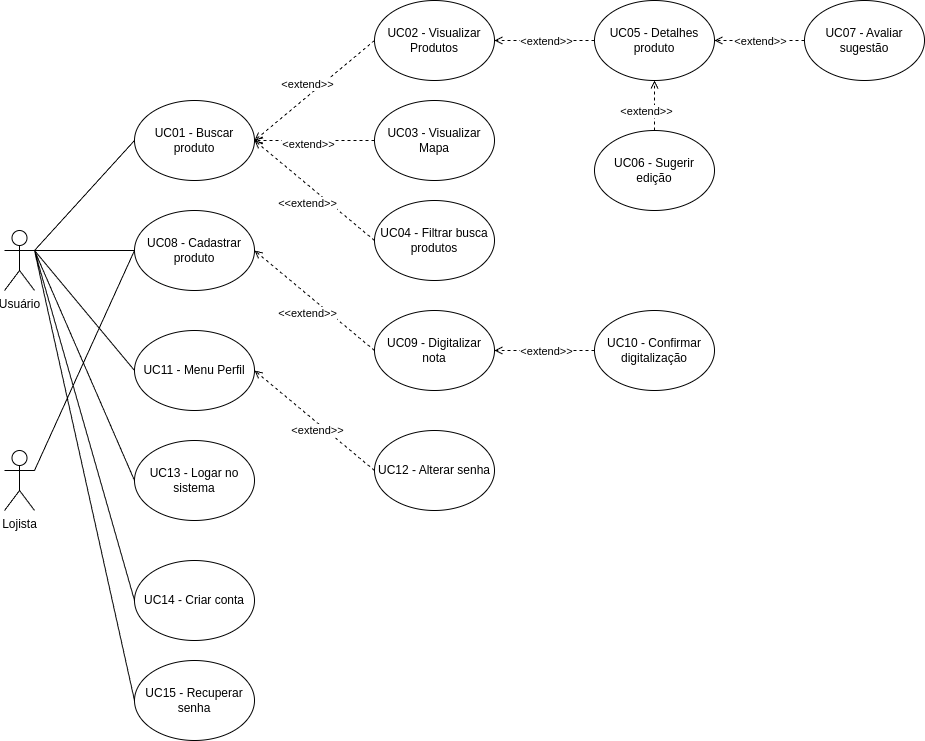
The draw.io diagram fig/usecase.drawio.png in Juniorrek/TCC-IAA, before a commit. Source tidied: cells renumbered, new cells last; positions are measured from the earlier drawing's top-left corner, leaving out a move shared by most shapes.
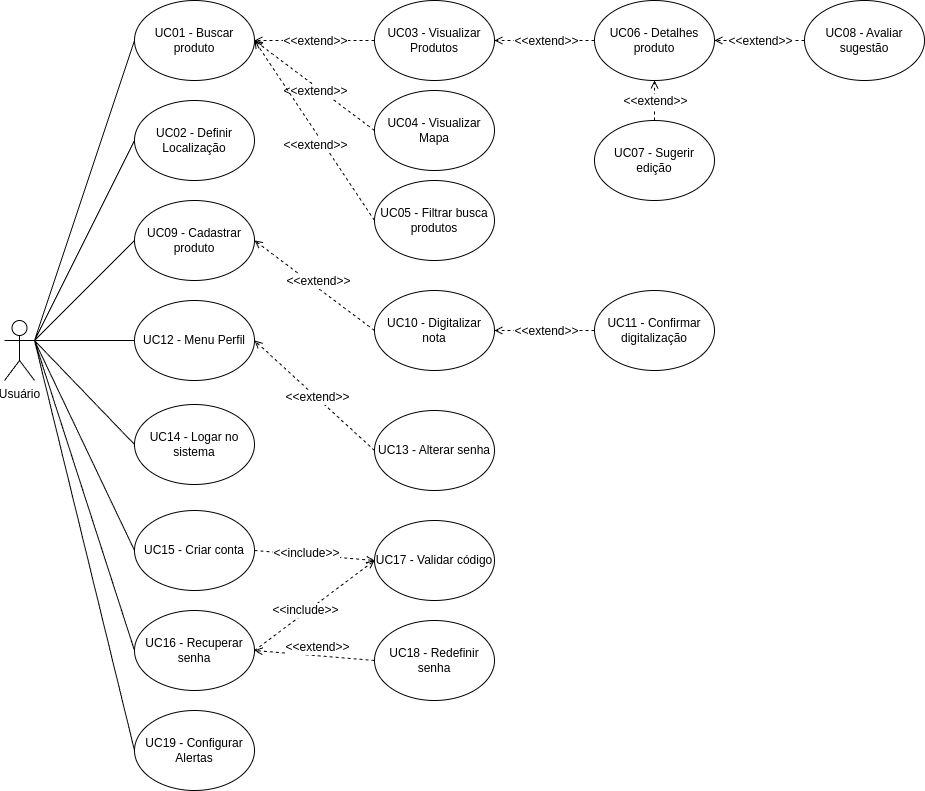
After the commit.

Change to the diagram source:
```diff
@@ -6,93 +6,88 @@
       <mxGeometry relative="1" as="geometry" />
     </mxCell>
     <mxCell id="3" value="Usuário" style="shape=umlActor;verticalLabelPosition=bottom;verticalAlign=top;html=1;outlineConnect=0;" parent="1" vertex="1">
-      <mxGeometry y="230" width="30" height="60" as="geometry" />
+      <mxGeometry y="330" width="30" height="60" as="geometry" />
     </mxCell>
-    <mxCell id="4" value="UC08 - Cadastrar produto" style="ellipse;whiteSpace=wrap;html=1;" parent="1" vertex="1">
+    <mxCell id="4" value="UC09 - Cadastrar produto" style="ellipse;whiteSpace=wrap;html=1;" parent="1" vertex="1">
       <mxGeometry x="130" y="210" width="120" height="80" as="geometry" />
     </mxCell>
     <mxCell id="5" value="UC01 - Buscar produto" style="ellipse;whiteSpace=wrap;html=1;" parent="1" vertex="1">
-      <mxGeometry x="130" y="100" width="120" height="80" as="geometry" />
+      <mxGeometry x="130" y="10" width="120" height="80" as="geometry" />
     </mxCell>
     <mxCell id="6" style="rounded=0;jettySize=auto;html=1;exitX=0;exitY=0.5;exitDx=0;exitDy=0;entryX=1;entryY=0.5;entryDx=0;entryDy=0;dashed=1;endArrow=open;endFill=0;startArrow=none;startFill=0;" parent="1" edge="1" source="8" target="5">
       <mxGeometry relative="1" as="geometry" />
     </mxCell>
-    <mxCell id="7" value="&amp;lt;extend&amp;gt;&amp;gt;" style="edgeLabel;html=1;align=center;verticalAlign=middle;" parent="6" vertex="1">
+    <mxCell id="7" value="&amp;lt;&amp;lt;extend&amp;gt;&amp;gt;" style="edgeLabel;html=1;align=center;verticalAlign=middle;fontSize=12;" parent="6" vertex="1">
       <mxGeometry x="-0.19" relative="1" as="geometry">
-        <mxPoint x="-19" y="3" as="offset" />
+        <mxPoint x="-12" as="offset" />
       </mxGeometry>
     </mxCell>
-    <mxCell id="8" value="UC02 - Visualizar Produtos" style="ellipse;whiteSpace=wrap;html=1;" parent="1" vertex="1">
-      <mxGeometry x="370" width="120" height="80" as="geometry" />
+    <mxCell id="8" value="UC03 - Visualizar Produtos" style="ellipse;whiteSpace=wrap;html=1;" parent="1" vertex="1">
+      <mxGeometry x="370" y="10" width="120" height="80" as="geometry" />
     </mxCell>
-    <mxCell id="9" value="UC03 - Visualizar Mapa" style="ellipse;whiteSpace=wrap;html=1;" parent="1" vertex="1">
+    <mxCell id="9" value="UC04 - Visualizar Mapa" style="ellipse;whiteSpace=wrap;html=1;" parent="1" vertex="1">
       <mxGeometry x="370" y="100" width="120" height="80" as="geometry" />
     </mxCell>
-    <mxCell id="10" value="UC04 - Filtrar busca produtos" style="ellipse;whiteSpace=wrap;html=1;" parent="1" vertex="1">
-      <mxGeometry x="370" y="200" width="120" height="80" as="geometry" />
+    <mxCell id="10" value="UC05 - Filtrar busca produtos" style="ellipse;whiteSpace=wrap;html=1;" parent="1" vertex="1">
+      <mxGeometry x="370" y="190" width="120" height="80" as="geometry" />
     </mxCell>
-    <mxCell id="11" value="UC09 - Digitalizar nota" style="ellipse;whiteSpace=wrap;html=1;" parent="1" vertex="1">
-      <mxGeometry x="370" y="310" width="120" height="80" as="geometry" />
+    <mxCell id="11" value="UC10 - Digitalizar nota" style="ellipse;whiteSpace=wrap;html=1;" parent="1" vertex="1">
+      <mxGeometry x="370" y="300" width="120" height="80" as="geometry" />
     </mxCell>
-    <mxCell id="12" value="UC11 - Menu Perfil" style="ellipse;whiteSpace=wrap;html=1;" parent="1" vertex="1">
-      <mxGeometry x="130" y="330" width="120" height="80" as="geometry" />
+    <mxCell id="12" value="UC12 - Menu Perfil" style="ellipse;whiteSpace=wrap;html=1;" parent="1" vertex="1">
+      <mxGeometry x="130" y="310" width="120" height="80" as="geometry" />
     </mxCell>
     <mxCell id="13" style="rounded=0;jettySize=auto;html=1;entryX=0;entryY=0.5;entryDx=0;entryDy=0;endArrow=none;endFill=0;exitX=1;exitY=0.3333333333333333;exitDx=0;exitDy=0;exitPerimeter=0;" parent="1" edge="1" source="3" target="5">
       <mxGeometry relative="1" as="geometry" />
     </mxCell>
-    <mxCell id="14" style="rounded=0;jettySize=auto;html=1;entryX=0;entryY=0.5;entryDx=0;entryDy=0;endArrow=none;endFill=0;" parent="1" edge="1" target="12">
-      <mxGeometry relative="1" as="geometry">
-        <mxPoint x="30" y="250" as="sourcePoint" />
-      </mxGeometry>
+    <mxCell id="14" style="rounded=0;jettySize=auto;html=1;entryX=0;entryY=0.5;entryDx=0;entryDy=0;endArrow=none;endFill=0;exitX=1;exitY=0.3333333333333333;exitDx=0;exitDy=0;exitPerimeter=0;" parent="1" edge="1" source="3" target="12">
+      <mxGeometry relative="1" as="geometry" />
     </mxCell>
     <mxCell id="15" style="rounded=0;jettySize=auto;html=1;exitX=0;exitY=0.5;exitDx=0;exitDy=0;dashed=1;entryX=1;entryY=0.5;entryDx=0;entryDy=0;endArrow=open;endFill=0;" parent="1" edge="1" source="9" target="5">
       <mxGeometry relative="1" as="geometry" />
     </mxCell>
-    <mxCell id="16" value="&amp;lt;extend&amp;gt;&amp;gt;" style="edgeLabel;html=1;align=center;verticalAlign=middle;" parent="15" vertex="1">
+    <mxCell id="16" value="&amp;lt;&amp;lt;extend&amp;gt;&amp;gt;" style="edgeLabel;html=1;align=center;verticalAlign=middle;fontSize=12;" parent="15" vertex="1">
       <mxGeometry x="-0.19" relative="1" as="geometry">
-        <mxPoint x="-19" y="3" as="offset" />
+        <mxPoint x="-11" y="-3" as="offset" />
       </mxGeometry>
     </mxCell>
     <mxCell id="17" style="rounded=0;jettySize=auto;html=1;exitX=0;exitY=0.5;exitDx=0;exitDy=0;entryX=1;entryY=0.5;entryDx=0;entryDy=0;dashed=1;endArrow=open;endFill=0;startArrow=none;startFill=0;" parent="1" edge="1" source="10" target="5">
       <mxGeometry relative="1" as="geometry" />
     </mxCell>
-    <mxCell id="18" value="&amp;lt;&amp;lt;extend&amp;gt;&amp;gt;" style="edgeLabel;html=1;align=center;verticalAlign=middle;" parent="17" vertex="1">
+    <mxCell id="18" value="&amp;lt;&amp;lt;extend&amp;gt;&amp;gt;" style="edgeLabel;html=1;align=center;verticalAlign=middle;fontSize=12;" parent="17" vertex="1">
       <mxGeometry x="-0.19" relative="1" as="geometry">
-        <mxPoint x="-19" y="3" as="offset" />
+        <mxPoint x="-11" y="-3" as="offset" />
       </mxGeometry>
     </mxCell>
-    <mxCell id="19" value="Lojista" style="shape=umlActor;verticalLabelPosition=bottom;verticalAlign=top;html=1;outlineConnect=0;" parent="1" vertex="1">
-      <mxGeometry y="450" width="30" height="60" as="geometry" />
-    </mxCell>
-    <mxCell id="20" value="UC05 - Detalhes produto" style="ellipse;whiteSpace=wrap;html=1;" parent="1" vertex="1">
-      <mxGeometry x="590" width="120" height="80" as="geometry" />
+    <mxCell id="20" value="UC06 - Detalhes produto" style="ellipse;whiteSpace=wrap;html=1;" parent="1" vertex="1">
+      <mxGeometry x="590" y="10" width="120" height="80" as="geometry" />
     </mxCell>
     <mxCell id="21" style="rounded=0;jettySize=auto;html=1;exitX=0;exitY=0.5;exitDx=0;exitDy=0;entryX=1;entryY=0.5;entryDx=0;entryDy=0;dashed=1;endArrow=open;endFill=0;" parent="1" edge="1" source="20" target="8">
       <mxGeometry relative="1" as="geometry" />
     </mxCell>
-    <mxCell id="22" value="&amp;lt;extend&amp;gt;&amp;gt;" style="edgeLabel;html=1;align=center;verticalAlign=middle;" parent="21" vertex="1">
+    <mxCell id="22" value="&amp;lt;&amp;lt;extend&amp;gt;&amp;gt;" style="edgeLabel;html=1;align=center;verticalAlign=middle;fontSize=12;" parent="21" vertex="1">
       <mxGeometry x="-0.19" relative="1" as="geometry">
         <mxPoint x="-9" as="offset" />
       </mxGeometry>
     </mxCell>
-    <mxCell id="23" value="UC06 - Sugerir edição" style="ellipse;whiteSpace=wrap;html=1;" parent="1" vertex="1">
+    <mxCell id="23" value="UC07 - Sugerir edição" style="ellipse;whiteSpace=wrap;html=1;" parent="1" vertex="1">
       <mxGeometry x="590" y="130" width="120" height="80" as="geometry" />
     </mxCell>
     <mxCell id="24" style="rounded=0;jettySize=auto;html=1;exitX=0.5;exitY=0;exitDx=0;exitDy=0;entryX=0.5;entryY=1;entryDx=0;entryDy=0;dashed=1;endArrow=open;endFill=0;" parent="1" edge="1" source="23" target="20">
       <mxGeometry relative="1" as="geometry" />
     </mxCell>
-    <mxCell id="25" value="&amp;lt;extend&amp;gt;&amp;gt;" style="edgeLabel;html=1;align=center;verticalAlign=middle;" parent="24" vertex="1">
+    <mxCell id="25" value="&amp;lt;&amp;lt;extend&amp;gt;&amp;gt;" style="edgeLabel;html=1;align=center;verticalAlign=middle;fontSize=12;" parent="24" vertex="1">
       <mxGeometry x="-0.19" relative="1" as="geometry">
-        <mxPoint x="-9" as="offset" />
+        <mxPoint y="-4" as="offset" />
       </mxGeometry>
     </mxCell>
-    <mxCell id="26" value="UC07 - Avaliar sugestão" style="ellipse;whiteSpace=wrap;html=1;" parent="1" vertex="1">
-      <mxGeometry x="800" width="120" height="80" as="geometry" />
+    <mxCell id="26" value="UC08 - Avaliar sugestão" style="ellipse;whiteSpace=wrap;html=1;" parent="1" vertex="1">
+      <mxGeometry x="800" y="10" width="120" height="80" as="geometry" />
     </mxCell>
     <mxCell id="27" style="rounded=0;jettySize=auto;html=1;exitX=0;exitY=0.5;exitDx=0;exitDy=0;entryX=1;entryY=0.5;entryDx=0;entryDy=0;dashed=1;endArrow=open;endFill=0;" parent="1" edge="1" source="26" target="20">
       <mxGeometry relative="1" as="geometry" />
     </mxCell>
-    <mxCell id="28" value="&amp;lt;extend&amp;gt;&amp;gt;" style="edgeLabel;html=1;align=center;verticalAlign=middle;" parent="27" vertex="1">
+    <mxCell id="28" value="&amp;lt;&amp;lt;extend&amp;gt;&amp;gt;" style="edgeLabel;html=1;align=center;verticalAlign=middle;fontSize=12;" parent="27" vertex="1">
       <mxGeometry x="-0.19" relative="1" as="geometry">
         <mxPoint x="-9" as="offset" />
       </mxGeometry>
@@ -100,41 +95,47 @@
     <mxCell id="29" style="rounded=0;jettySize=auto;html=1;exitX=0;exitY=0.5;exitDx=0;exitDy=0;entryX=1;entryY=0.5;entryDx=0;entryDy=0;dashed=1;endArrow=open;endFill=0;startArrow=none;startFill=0;" parent="1" edge="1" source="11" target="4">
       <mxGeometry relative="1" as="geometry" />
     </mxCell>
-    <mxCell id="30" value="&amp;lt;&amp;lt;extend&amp;gt;&amp;gt;" style="edgeLabel;html=1;align=center;verticalAlign=middle;" parent="29" vertex="1">
+    <mxCell id="30" value="&amp;lt;&amp;lt;extend&amp;gt;&amp;gt;" style="edgeLabel;html=1;align=center;verticalAlign=middle;fontSize=12;" parent="29" vertex="1">
       <mxGeometry x="-0.19" relative="1" as="geometry">
-        <mxPoint x="-19" y="3" as="offset" />
+        <mxPoint x="-8" y="-13" as="offset" />
       </mxGeometry>
     </mxCell>
-    <mxCell id="31" value="UC10 - Confirmar digitalização" style="ellipse;whiteSpace=wrap;html=1;" parent="1" vertex="1">
-      <mxGeometry x="590" y="310" width="120" height="80" as="geometry" />
+    <mxCell id="31" value="UC11 - Confirmar digitalização" style="ellipse;whiteSpace=wrap;html=1;" parent="1" vertex="1">
+      <mxGeometry x="590" y="300" width="120" height="80" as="geometry" />
     </mxCell>
     <mxCell id="32" style="rounded=0;jettySize=auto;html=1;exitX=0;exitY=0.5;exitDx=0;exitDy=0;entryX=1;entryY=0.5;entryDx=0;entryDy=0;dashed=1;endArrow=open;endFill=0;" parent="1" edge="1" source="31" target="11">
       <mxGeometry relative="1" as="geometry" />
     </mxCell>
-    <mxCell id="33" value="&amp;lt;extend&amp;gt;&amp;gt;" style="edgeLabel;html=1;align=center;verticalAlign=middle;" parent="32" vertex="1">
+    <mxCell id="33" value="&amp;lt;&amp;lt;extend&amp;gt;&amp;gt;" style="edgeLabel;html=1;align=center;verticalAlign=middle;fontSize=12;" parent="32" vertex="1">
       <mxGeometry x="-0.19" relative="1" as="geometry">
         <mxPoint x="-9" as="offset" />
       </mxGeometry>
     </mxCell>
-    <mxCell id="34" value="UC12 - Alterar senha" style="ellipse;whiteSpace=wrap;html=1;" parent="1" vertex="1">
-      <mxGeometry x="370" y="430" width="120" height="80" as="geometry" />
+    <mxCell id="34" value="UC13 - Alterar senha" style="ellipse;whiteSpace=wrap;html=1;" parent="1" vertex="1">
+      <mxGeometry x="370" y="420" width="120" height="80" as="geometry" />
     </mxCell>
     <mxCell id="35" style="rounded=0;jettySize=auto;html=1;exitX=0;exitY=0.5;exitDx=0;exitDy=0;entryX=1;entryY=0.5;entryDx=0;entryDy=0;dashed=1;endArrow=open;endFill=0;" parent="1" edge="1" source="34" target="12">
       <mxGeometry relative="1" as="geometry" />
     </mxCell>
-    <mxCell id="36" value="&amp;lt;extend&amp;gt;&amp;gt;" style="edgeLabel;html=1;align=center;verticalAlign=middle;" parent="35" vertex="1">
+    <mxCell id="36" value="&amp;lt;&amp;lt;extend&amp;gt;&amp;gt;" style="edgeLabel;html=1;align=center;verticalAlign=middle;fontSize=12;" parent="35" vertex="1">
       <mxGeometry x="-0.19" relative="1" as="geometry">
-        <mxPoint x="-9" as="offset" />
+        <mxPoint x="-9" y="-9" as="offset" />
       </mxGeometry>
     </mxCell>
-    <mxCell id="37" value="UC13 - Logar no sistema" style="ellipse;whiteSpace=wrap;html=1;" parent="1" vertex="1">
-      <mxGeometry x="130" y="440" width="120" height="80" as="geometry" />
+    <mxCell id="37" value="UC14 - Logar no sistema" style="ellipse;whiteSpace=wrap;html=1;" parent="1" vertex="1">
+      <mxGeometry x="130" y="414" width="120" height="80" as="geometry" />
     </mxCell>
+    <mxCell id="44" style="rounded=0;jettySize=auto;html=1;exitX=1;exitY=0.5;exitDx=0;exitDy=0;entryX=0;entryY=0.5;entryDx=0;entryDy=0;dashed=1;endArrow=open;endFill=0;" parent="1" edge="1" source="38" target="48">
+      <mxGeometry relative="1" as="geometry" />
+    </mxCell>
+    <mxCell id="45" value="&lt;font style=&quot;font-size: 12px;&quot;&gt;&amp;lt;&amp;lt;include&amp;gt;&amp;gt;&lt;/font&gt;" style="edgeLabel;html=1;align=center;verticalAlign=middle;" parent="44" vertex="1">
+      <mxGeometry x="-0.13" y="2" relative="1" as="geometry" />
+    </mxCell>
-    <mxCell id="38" value="UC14 - Criar conta" style="ellipse;whiteSpace=wrap;html=1;" parent="1" vertex="1">
-      <mxGeometry x="130" y="560" width="120" height="80" as="geometry" />
+    <mxCell id="38" value="UC15 - Criar conta" style="ellipse;whiteSpace=wrap;html=1;" parent="1" vertex="1">
+      <mxGeometry x="130" y="520" width="120" height="80" as="geometry" />
     </mxCell>
-    <mxCell id="39" value="UC15 - Recuperar senha" style="ellipse;whiteSpace=wrap;html=1;" parent="1" vertex="1">
-      <mxGeometry x="130" y="660" width="120" height="80" as="geometry" />
+    <mxCell id="39" value="UC16 - Recuperar senha" style="ellipse;whiteSpace=wrap;html=1;" parent="1" vertex="1">
+      <mxGeometry x="130" y="620" width="120" height="80" as="geometry" />
     </mxCell>
     <mxCell id="40" style="rounded=0;jettySize=auto;html=1;entryX=0;entryY=0.5;entryDx=0;entryDy=0;endArrow=none;endFill=0;exitX=1;exitY=0.3333333333333333;exitDx=0;exitDy=0;exitPerimeter=0;" parent="1" edge="1" source="3" target="37">
       <mxGeometry relative="1" as="geometry" />
@@ -145,10 +146,37 @@
     <mxCell id="42" style="rounded=0;jettySize=auto;html=1;entryX=0;entryY=0.5;entryDx=0;entryDy=0;endArrow=none;endFill=0;exitX=1;exitY=0.3333333333333333;exitDx=0;exitDy=0;exitPerimeter=0;" parent="1" edge="1" source="3" target="39">
       <mxGeometry relative="1" as="geometry" />
     </mxCell>
-    <mxCell id="43" style="rounded=0;jettySize=auto;html=1;endArrow=none;endFill=0;exitX=1;exitY=0.3333333333333333;exitDx=0;exitDy=0;exitPerimeter=0;" parent="1" edge="1" source="19">
-      <mxGeometry relative="1" as="geometry">
-        <mxPoint x="130" y="250" as="targetPoint" />
-      </mxGeometry>
-    </mxCell>
+    <mxCell id="46" value="UC02 - Definir Localização" style="ellipse;whiteSpace=wrap;html=1;" parent="1" vertex="1">
+      <mxGeometry x="130" y="110" width="120" height="80" as="geometry" />
+    </mxCell>
+    <mxCell id="47" style="rounded=0;jettySize=auto;html=1;entryX=0;entryY=0.5;entryDx=0;entryDy=0;endArrow=none;endFill=0;exitX=1;exitY=0.3333333333333333;exitDx=0;exitDy=0;exitPerimeter=0;" parent="1" edge="1" source="3" target="46">
+      <mxGeometry relative="1" as="geometry" />
+    </mxCell>
+    <mxCell id="48" value="UC17 - Validar código" style="ellipse;whiteSpace=wrap;html=1;" parent="1" vertex="1">
+      <mxGeometry x="370" y="530" width="120" height="80" as="geometry" />
+    </mxCell>
+    <mxCell id="49" style="rounded=0;jettySize=auto;html=1;exitX=1;exitY=0.5;exitDx=0;exitDy=0;entryX=0;entryY=0.5;entryDx=0;entryDy=0;dashed=1;endArrow=open;endFill=0;" parent="1" edge="1" source="39" target="48">
+      <mxGeometry relative="1" as="geometry" />
+    </mxCell>
+    <mxCell id="50" value="&lt;font style=&quot;font-size: 12px;&quot;&gt;&amp;lt;&amp;lt;include&amp;gt;&amp;gt;&lt;/font&gt;" style="edgeLabel;html=1;align=center;verticalAlign=middle;" parent="49" vertex="1">
+      <mxGeometry x="-0.13" y="2" relative="1" as="geometry" />
+    </mxCell>
+    <mxCell id="51" value="UC18 - Redefinir senha" style="ellipse;whiteSpace=wrap;html=1;" parent="1" vertex="1">
+      <mxGeometry x="370" y="630" width="120" height="80" as="geometry" />
+    </mxCell>
+    <mxCell id="52" style="rounded=0;jettySize=auto;html=1;exitX=0;exitY=0.5;exitDx=0;exitDy=0;entryX=1;entryY=0.5;entryDx=0;entryDy=0;dashed=1;endArrow=open;endFill=0;" parent="1" edge="1" source="51" target="39">
+      <mxGeometry relative="1" as="geometry" />
+    </mxCell>
+    <mxCell id="53" value="&amp;lt;&amp;lt;extend&amp;gt;&amp;gt;" style="edgeLabel;html=1;align=center;verticalAlign=middle;fontSize=12;" parent="52" vertex="1">
+      <mxGeometry x="-0.19" relative="1" as="geometry">
+        <mxPoint x="-9" y="-9" as="offset" />
+      </mxGeometry>
+    </mxCell>
+    <mxCell id="54" value="UC19 - Configurar Alertas" style="ellipse;whiteSpace=wrap;html=1;" parent="1" vertex="1">
+      <mxGeometry x="130" y="720" width="120" height="80" as="geometry" />
+    </mxCell>
+    <mxCell id="55" style="rounded=0;jettySize=auto;html=1;entryX=0;entryY=0.5;entryDx=0;entryDy=0;endArrow=none;endFill=0;exitX=1;exitY=0.3333333333333333;exitDx=0;exitDy=0;exitPerimeter=0;" parent="1" edge="1" source="3" target="54">
+      <mxGeometry relative="1" as="geometry" />
+    </mxCell>
   </root>
 </mxGraphModel>
```
